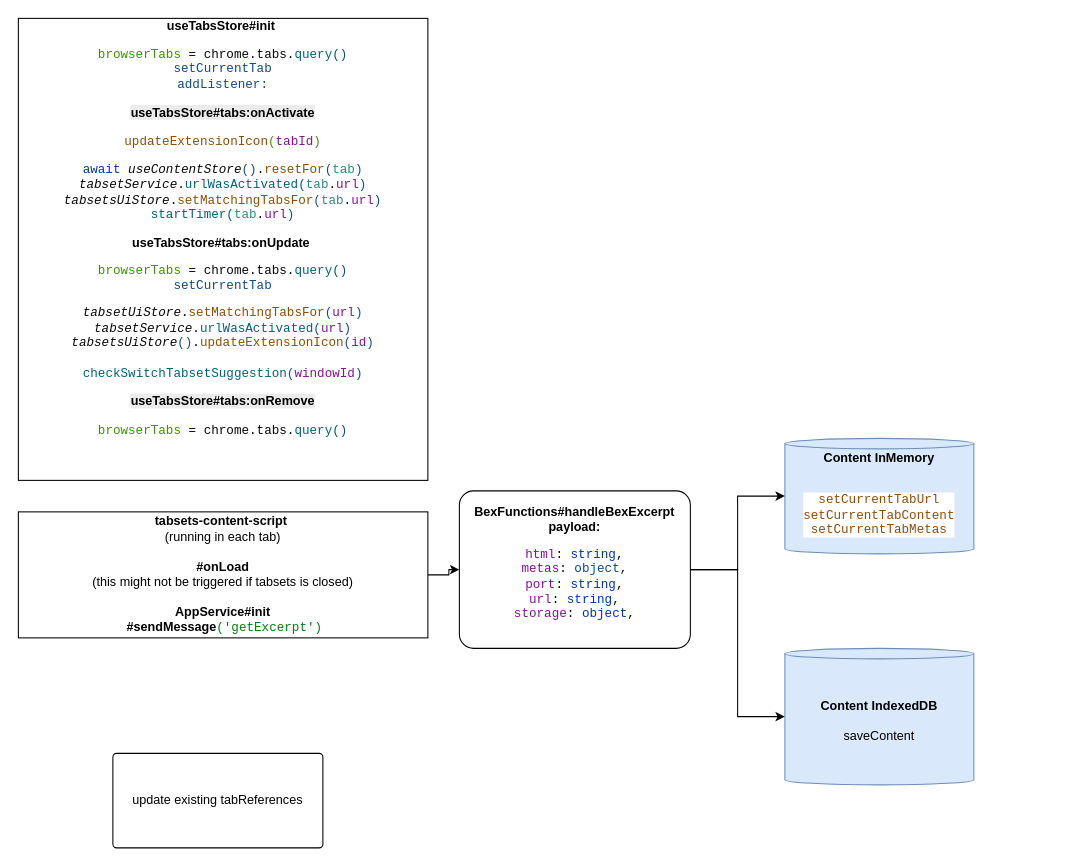
The draw.io diagram docs/drawio/test.drawio in evandor/tabsets, before the edit. Source tidied: cells renumbered, new cells numbered last; positions are measured from the earlier drawing's top-left corner, leaving out a move shared by most shapes. Both pictures are drawn from the tidied source at 105%, with x=0, y=0 at pixel (18, 18).
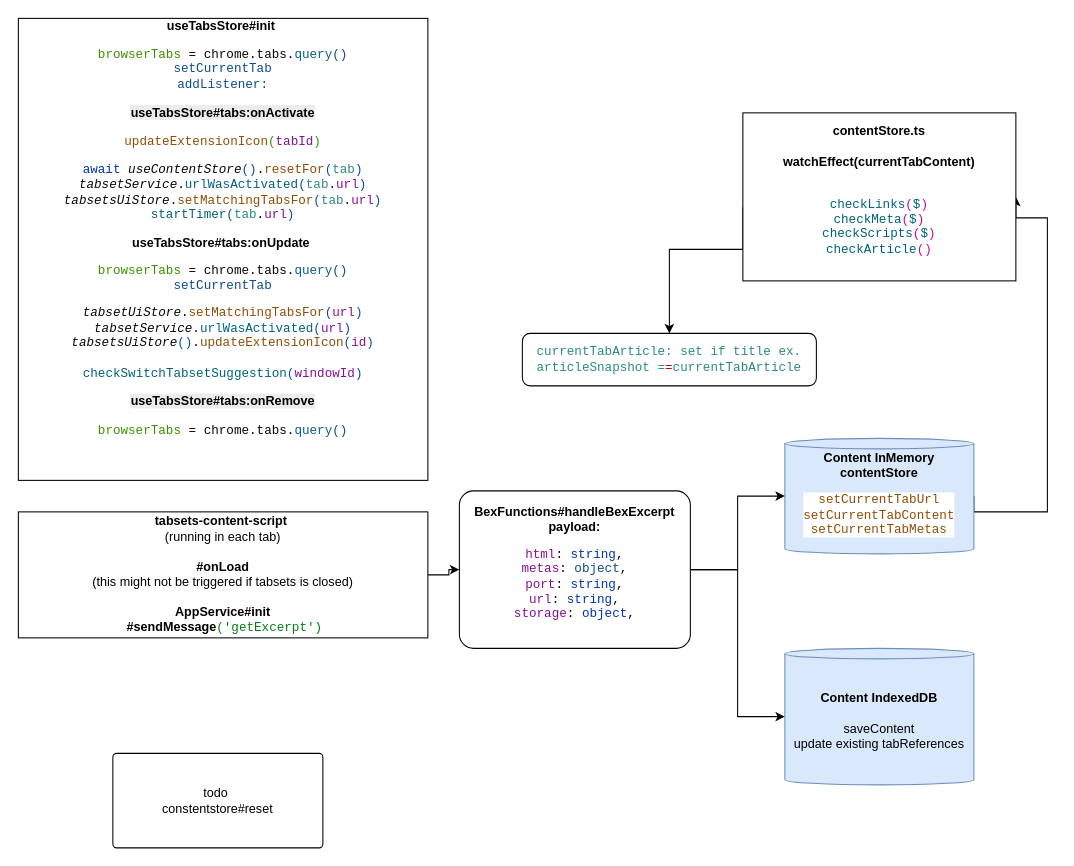
The same page after the edit.

Diff of the diagram source:
```diff
@@
 <mxGraphModel>
   <root>
     <mxCell id="0" />
     <mxCell id="1" parent="0" />
     <mxCell id="2" style="edgeStyle=orthogonalEdgeStyle;rounded=0;jettySize=auto;html=1;entryX=0;entryY=0.5;entryDx=0;entryDy=0;" parent="1" edge="1" source="3" target="9">
       <mxGeometry relative="1" as="geometry" />
     </mxCell>
     <mxCell id="3" value="&lt;b&gt;tabsets-content-script&amp;nbsp;&lt;/b&gt;&lt;br&gt;(running in each tab)&lt;br&gt;&lt;div&gt;&lt;b&gt;&lt;br&gt;&lt;/b&gt;&lt;/div&gt;&lt;div&gt;&lt;b&gt;#onLoad&lt;/b&gt;&lt;/div&gt;&lt;div&gt;(this might not be triggered if tabsets is closed)&lt;/div&gt;&lt;div&gt;&lt;b&gt;&lt;br&gt;&lt;/b&gt;&lt;/div&gt;&lt;div&gt;&lt;b&gt;AppService#init&lt;/b&gt;&lt;/div&gt;&lt;div&gt;&lt;b&gt;&amp;nbsp;#sendMessage&lt;/b&gt;&lt;span style=&quot;background-color: light-dark(rgb(255, 255, 255), rgb(18, 18, 18)); color: light-dark(rgb(6, 125, 23), rgb(84, 186, 99)); font-family: &amp;quot;JetBrains Mono&amp;quot;, monospace;&quot;&gt;(&lt;/span&gt;&lt;span style=&quot;background-color: rgb(255, 255, 255); color: rgb(6, 125, 23); font-family: &amp;quot;JetBrains Mono&amp;quot;, monospace;&quot;&gt;'&lt;/span&gt;&lt;span style=&quot;background-color: light-dark(rgb(255, 255, 255), rgb(18, 18, 18)); color: light-dark(rgb(6, 125, 23), rgb(84, 186, 99)); font-family: &amp;quot;JetBrains Mono&amp;quot;, monospace;&quot;&gt;getExcerpt')&lt;/span&gt;&lt;/div&gt;" style="rounded=0;whiteSpace=wrap;html=1;" parent="1" vertex="1">
       <mxGeometry y="470" width="390" height="120" as="geometry" />
     </mxCell>
-    <mxCell id="4" value="&lt;div&gt;update existing tabReferences&lt;/div&gt;" style="rounded=1;whiteSpace=wrap;html=1;arcSize=4;" parent="1" vertex="1">
+    <mxCell id="4" value="todo&amp;nbsp;&lt;div&gt;constentstore#reset&lt;/div&gt;" style="rounded=1;whiteSpace=wrap;html=1;arcSize=4;" parent="1" vertex="1">
       <mxGeometry x="90" y="700" width="200" height="90" as="geometry" />
     </mxCell>
-    <mxCell id="5" value="&lt;b&gt;Content IndexedDB&lt;br&gt;&lt;br&gt;&lt;/b&gt;&lt;div&gt;saveContent&lt;/div&gt;" style="shape=cylinder3;whiteSpace=wrap;html=1;boundedLbl=1;backgroundOutline=1;size=5;fillColor=#dae8fc;strokeColor=#6c8ebf;" parent="1" vertex="1">
+    <mxCell id="5" value="&lt;b&gt;Content IndexedDB&lt;br&gt;&lt;br&gt;&lt;/b&gt;&lt;div&gt;saveContent&lt;br&gt;update existing tabReferences&lt;/div&gt;" style="shape=cylinder3;whiteSpace=wrap;html=1;boundedLbl=1;backgroundOutline=1;size=5;fillColor=#dae8fc;strokeColor=#6c8ebf;" parent="1" vertex="1">
       <mxGeometry x="730" y="600" width="180" height="130" as="geometry" />
     </mxCell>
+    <mxCell id="11" style="edgeStyle=orthogonalEdgeStyle;rounded=0;jettySize=auto;html=1;entryX=1;entryY=0.5;entryDx=0;entryDy=0;exitX=1;exitY=0.5;exitDx=0;exitDy=0;exitPerimeter=0;" parent="1" edge="1" source="6" target="13">
+      <mxGeometry relative="1" as="geometry">
+        <Array as="points">
+          <mxPoint x="910" y="470" />
+          <mxPoint x="980" y="470" />
+          <mxPoint x="980" y="190" />
+        </Array>
+      </mxGeometry>
+    </mxCell>
-    <mxCell id="6" value="&lt;b&gt;Content InMemory&lt;br&gt;&lt;br&gt;&lt;/b&gt;&lt;div style=&quot;background-color:#ffffff;color:#080808&quot;&gt;&lt;pre style=&quot;font-family:'JetBrains Mono',monospace;font-size:9,8pt;&quot;&gt;&lt;span style=&quot;color:#914c07;&quot;&gt;setCurrentTabUrl&lt;/span&gt;&lt;span style=&quot;color:#3f9101;&quot;&gt;&lt;br&gt;&lt;/span&gt;&lt;span style=&quot;color:#914c07;&quot;&gt;setCurrentTabContent&lt;/span&gt;&lt;span style=&quot;color:#3f9101;&quot;&gt;&lt;br&gt;&lt;/span&gt;&lt;span style=&quot;color:#914c07;&quot;&gt;setCurrentTabMetas&lt;/span&gt;&lt;/pre&gt;&lt;/div&gt;" style="shape=cylinder3;whiteSpace=wrap;html=1;boundedLbl=1;backgroundOutline=1;size=5;fillColor=#dae8fc;strokeColor=#6c8ebf;" parent="1" vertex="1">
+    <mxCell id="6" value="&lt;b&gt;Content InMemory&lt;br&gt;contentStore&lt;br&gt;&lt;/b&gt;&lt;div style=&quot;background-color: rgb(255, 255, 255); color: rgb(8, 8, 8);&quot;&gt;&lt;pre style=&quot;font-family:'JetBrains Mono',monospace;font-size:9,8pt;&quot;&gt;&lt;span style=&quot;color: rgb(145, 76, 7);&quot;&gt;setCurrentTabUrl&lt;/span&gt;&lt;span style=&quot;color: rgb(63, 145, 1);&quot;&gt;&lt;br&gt;&lt;/span&gt;&lt;span style=&quot;color: rgb(145, 76, 7);&quot;&gt;setCurrentTabContent&lt;/span&gt;&lt;span style=&quot;color: rgb(63, 145, 1);&quot;&gt;&lt;br&gt;&lt;/span&gt;&lt;span style=&quot;color: rgb(145, 76, 7);&quot;&gt;setCurrentTabMetas&lt;/span&gt;&lt;/pre&gt;&lt;/div&gt;" style="shape=cylinder3;whiteSpace=wrap;html=1;boundedLbl=1;backgroundOutline=1;size=5;fillColor=#dae8fc;strokeColor=#6c8ebf;" parent="1" vertex="1">
       <mxGeometry x="730" y="400" width="180" height="110" as="geometry" />
     </mxCell>
     <mxCell id="7" value="&lt;div&gt;&lt;b&gt;useTabsStore#init&lt;/b&gt;&amp;nbsp;&lt;div&gt;&lt;div style=&quot;background-color: rgb(255, 255, 255); color: rgb(8, 8, 8);&quot;&gt;&lt;pre style=&quot;color: light-dark(rgb(8, 8, 8), rgb(230, 230, 230)); font-family: &amp;quot;JetBrains Mono&amp;quot;, monospace;&quot;&gt;&lt;span style=&quot;color: rgb(63, 145, 1);&quot;&gt;browserTabs&lt;span style=&quot;background-color: light-dark(rgb(255, 255, 255), rgb(18, 18, 18)); white-space: normal; color: rgb(145, 76, 7);&quot;&gt;&amp;nbsp;&lt;/span&gt;&lt;span style=&quot;background-color: light-dark(rgb(255, 255, 255), rgb(18, 18, 18)); color: light-dark(rgb(8, 8, 8), rgb(230, 230, 230)); white-space: normal;&quot;&gt;= chrome.tabs.&lt;/span&gt;&lt;span style=&quot;background-color: light-dark(rgb(255, 255, 255), rgb(18, 18, 18)); white-space: normal; color: rgb(0, 98, 122);&quot;&gt;query&lt;/span&gt;&lt;span style=&quot;background-color: light-dark(rgb(255, 255, 255), rgb(18, 18, 18)); white-space: normal; color: rgb(14, 74, 142);&quot;&gt;()&lt;br&gt;setCurrentTab&lt;br&gt;addListener:&lt;/span&gt;&lt;/span&gt;&lt;/pre&gt;&lt;/div&gt;&lt;/div&gt;&lt;/div&gt;&lt;pre style=&quot;color: light-dark(rgb(8, 8, 8), rgb(230, 230, 230)); font-family: &amp;quot;JetBrains Mono&amp;quot;, monospace;&quot;&gt;&lt;span style=&quot;color: rgb(63, 145, 1);&quot;&gt;&lt;span style=&quot;background-color: light-dark(rgb(255, 255, 255), rgb(18, 18, 18)); white-space: normal; color: rgb(14, 74, 142);&quot;&gt;&lt;b style=&quot;color: rgb(0, 0, 0); font-family: Helvetica; background-color: rgb(236, 236, 236);&quot;&gt;useTabsStore#tabs:onActivate&lt;/b&gt;&lt;/span&gt;&lt;/span&gt;&lt;/pre&gt;&lt;span style=&quot;font-family: &amp;quot;JetBrains Mono&amp;quot;, monospace; background-color: transparent; color: rgb(145, 76, 7);&quot;&gt;updateExtensionIcon&lt;/span&gt;&lt;span style=&quot;font-family: &amp;quot;JetBrains Mono&amp;quot;, monospace; background-color: transparent; color: rgb(63, 145, 1);&quot;&gt;(&lt;/span&gt;&lt;span style=&quot;font-family: &amp;quot;JetBrains Mono&amp;quot;, monospace; background-color: transparent; color: rgb(135, 16, 148);&quot;&gt;tabId&lt;/span&gt;&lt;span style=&quot;font-family: &amp;quot;JetBrains Mono&amp;quot;, monospace; background-color: transparent; color: rgb(63, 145, 1);&quot;&gt;)&lt;/span&gt;&lt;div&gt;&lt;div style=&quot;background-color: rgb(255, 255, 255); color: rgb(8, 8, 8);&quot;&gt;&lt;pre style=&quot;font-family:'JetBrains Mono',monospace;font-size:9,8pt;&quot;&gt;&lt;span style=&quot;color: rgb(0, 51, 179);&quot;&gt;await &lt;/span&gt;&lt;span style=&quot;font-style:italic;&quot;&gt;useContentStore&lt;/span&gt;&lt;span style=&quot;color: rgb(14, 74, 142);&quot;&gt;()&lt;/span&gt;.&lt;span style=&quot;color: rgb(145, 76, 7);&quot;&gt;resetFor&lt;/span&gt;&lt;span style=&quot;color: rgb(14, 74, 142);&quot;&gt;(&lt;/span&gt;&lt;span style=&quot;color: rgb(42, 140, 124);&quot;&gt;tab&lt;/span&gt;&lt;span style=&quot;color: rgb(14, 74, 142);&quot;&gt;)&lt;br&gt;&lt;/span&gt;&lt;i&gt;tabsetService&lt;/i&gt;.&lt;span style=&quot;color: rgb(0, 98, 122);&quot;&gt;urlWasActivated&lt;/span&gt;&lt;span style=&quot;color: rgb(14, 74, 142);&quot;&gt;(&lt;/span&gt;&lt;span style=&quot;color: rgb(42, 140, 124);&quot;&gt;tab&lt;/span&gt;.&lt;span style=&quot;color: rgb(135, 16, 148);&quot;&gt;url&lt;/span&gt;&lt;span style=&quot;color: rgb(14, 74, 142);&quot;&gt;)&lt;br&gt;&lt;/span&gt;&lt;i&gt;tabsetsUiStore&lt;/i&gt;.&lt;span style=&quot;color: rgb(145, 76, 7);&quot;&gt;setMatchingTabsFor&lt;/span&gt;&lt;span style=&quot;color: rgb(14, 74, 142);&quot;&gt;(&lt;/span&gt;&lt;span style=&quot;color: rgb(42, 140, 124);&quot;&gt;tab&lt;/span&gt;.&lt;span style=&quot;color: rgb(135, 16, 148);&quot;&gt;url&lt;/span&gt;&lt;span style=&quot;color: rgb(14, 74, 142);&quot;&gt;)&lt;br&gt;&lt;/span&gt;&lt;span style=&quot;color: rgb(0, 98, 122);&quot;&gt;startTimer&lt;/span&gt;&lt;span style=&quot;color: rgb(14, 74, 142);&quot;&gt;(&lt;/span&gt;&lt;span style=&quot;color: rgb(42, 140, 124);&quot;&gt;tab&lt;/span&gt;.&lt;span style=&quot;color: rgb(135, 16, 148);&quot;&gt;url&lt;/span&gt;&lt;span style=&quot;color: rgb(14, 74, 142);&quot;&gt;)&lt;/span&gt;&lt;/pre&gt;&lt;/div&gt;&lt;/div&gt;&lt;div&gt;&lt;b&gt;useTabsStore#tabs:onUpdate&lt;/b&gt;&amp;nbsp;&lt;div&gt;&lt;div style=&quot;background-color: rgb(255, 255, 255); color: rgb(8, 8, 8);&quot;&gt;&lt;pre style=&quot;color: light-dark(rgb(8, 8, 8), rgb(230, 230, 230)); font-family: &amp;quot;JetBrains Mono&amp;quot;, monospace;&quot;&gt;&lt;span style=&quot;color: rgb(63, 145, 1);&quot;&gt;browserTabs&lt;span style=&quot;background-color: light-dark(rgb(255, 255, 255), rgb(18, 18, 18)); white-space: normal; color: rgb(145, 76, 7);&quot;&gt;&amp;nbsp;&lt;/span&gt;&lt;span style=&quot;background-color: light-dark(rgb(255, 255, 255), rgb(18, 18, 18)); color: light-dark(rgb(8, 8, 8), rgb(230, 230, 230)); white-space: normal;&quot;&gt;= chrome.tabs.&lt;/span&gt;&lt;span style=&quot;background-color: light-dark(rgb(255, 255, 255), rgb(18, 18, 18)); white-space: normal; color: rgb(0, 98, 122);&quot;&gt;query&lt;/span&gt;&lt;span style=&quot;background-color: light-dark(rgb(255, 255, 255), rgb(18, 18, 18)); white-space: normal; color: rgb(14, 74, 142);&quot;&gt;()&lt;br&gt;setCurrentTab&lt;/span&gt;&lt;/span&gt;&lt;/pre&gt;&lt;pre style=&quot;color: light-dark(rgb(8, 8, 8), rgb(230, 230, 230)); font-family: &amp;quot;JetBrains Mono&amp;quot;, monospace;&quot;&gt;&lt;span style=&quot;color: rgb(63, 145, 1);&quot;&gt;&lt;span style=&quot;background-color: light-dark(rgb(255, 255, 255), rgb(18, 18, 18)); white-space: normal; color: rgb(14, 74, 142);&quot;&gt;&lt;div style=&quot;color: rgb(8, 8, 8);&quot;&gt;&lt;pre style=&quot;font-family:'JetBrains Mono',monospace;font-size:9,8pt;&quot;&gt;&lt;span style=&quot;font-style:italic;&quot;&gt;tabsetUiStore&lt;/span&gt;.&lt;span style=&quot;color: rgb(145, 76, 7);&quot;&gt;setMatchingTabsFor&lt;/span&gt;&lt;span style=&quot;color: rgb(14, 74, 142);&quot;&gt;(&lt;/span&gt;&lt;span style=&quot;color: rgb(135, 16, 148);&quot;&gt;url&lt;/span&gt;&lt;span style=&quot;color: rgb(14, 74, 142);&quot;&gt;)&lt;br&gt;&lt;/span&gt;&lt;span style=&quot;font-style:italic;&quot;&gt;tabsetService&lt;/span&gt;.&lt;span style=&quot;color: rgb(0, 98, 122);&quot;&gt;urlWasActivated&lt;/span&gt;&lt;span style=&quot;color: rgb(14, 74, 142);&quot;&gt;(&lt;/span&gt;&lt;span style=&quot;color: rgb(135, 16, 148);&quot;&gt;url&lt;/span&gt;&lt;span style=&quot;color: rgb(14, 74, 142);&quot;&gt;)&lt;br&gt;&lt;/span&gt;&lt;span style=&quot;font-style:italic;&quot;&gt;tabsetsUiStore&lt;/span&gt;&lt;span style=&quot;color: rgb(14, 74, 142);&quot;&gt;()&lt;/span&gt;.&lt;span style=&quot;color: rgb(145, 76, 7);&quot;&gt;updateExtensionIcon&lt;/span&gt;&lt;span style=&quot;color: rgb(14, 74, 142);&quot;&gt;(&lt;/span&gt;&lt;span style=&quot;color: rgb(135, 16, 148);&quot;&gt;id&lt;/span&gt;&lt;span style=&quot;color: rgb(14, 74, 142);&quot;&gt;)&lt;br&gt;&lt;/span&gt;&lt;span style=&quot;color: rgb(14, 74, 142);&quot;&gt;&lt;br&gt;&lt;/span&gt;&lt;span style=&quot;color: rgb(0, 98, 122);&quot;&gt;checkSwitchTabsetSuggestion&lt;/span&gt;&lt;span style=&quot;color: rgb(14, 74, 142);&quot;&gt;(&lt;/span&gt;&lt;span style=&quot;color: rgb(135, 16, 148);&quot;&gt;windowId&lt;/span&gt;&lt;span style=&quot;color: rgb(14, 74, 142);&quot;&gt;)&lt;/span&gt;&lt;/pre&gt;&lt;/div&gt;&lt;/span&gt;&lt;/span&gt;&lt;/pre&gt;&lt;pre style=&quot;color: light-dark(rgb(8, 8, 8), rgb(230, 230, 230)); font-family: &amp;quot;JetBrains Mono&amp;quot;, monospace;&quot;&gt;&lt;b style=&quot;color: rgb(0, 0, 0); font-family: Helvetica; white-space: normal; background-color: rgb(236, 236, 236);&quot;&gt;useTabsStore#tabs:onRemove&lt;/b&gt;&lt;/pre&gt;&lt;pre style=&quot;color: light-dark(rgb(8, 8, 8), rgb(230, 230, 230)); font-family: &amp;quot;JetBrains Mono&amp;quot;, monospace;&quot;&gt;&lt;span style=&quot;color: rgb(63, 145, 1);&quot;&gt;browserTabs&lt;span style=&quot;background-color: light-dark(rgb(255, 255, 255), rgb(18, 18, 18)); white-space: normal; color: rgb(145, 76, 7);&quot;&gt;&amp;nbsp;&lt;/span&gt;&lt;span style=&quot;background-color: light-dark(rgb(255, 255, 255), rgb(18, 18, 18)); color: light-dark(rgb(8, 8, 8), rgb(230, 230, 230)); white-space: normal;&quot;&gt;= chrome.tabs.&lt;/span&gt;&lt;span style=&quot;background-color: light-dark(rgb(255, 255, 255), rgb(18, 18, 18)); white-space: normal; color: rgb(0, 98, 122);&quot;&gt;query&lt;/span&gt;&lt;span style=&quot;background-color: light-dark(rgb(255, 255, 255), rgb(18, 18, 18)); white-space: normal; color: rgb(14, 74, 142);&quot;&gt;()&lt;/span&gt;&lt;/span&gt;&lt;/pre&gt;&lt;pre style=&quot;color: light-dark(rgb(8, 8, 8), rgb(230, 230, 230)); font-family: &amp;quot;JetBrains Mono&amp;quot;, monospace;&quot;&gt;&lt;b style=&quot;color: rgb(0, 0, 0); font-family: Helvetica; white-space: normal; background-color: rgb(236, 236, 236);&quot;&gt;&lt;br&gt;&lt;/b&gt;&lt;/pre&gt;&lt;/div&gt;&lt;/div&gt;&lt;/div&gt;" style="whiteSpace=wrap;html=1;" parent="1" vertex="1">
       <mxGeometry width="390" height="440" as="geometry" />
     </mxCell>
     <mxCell id="8" style="edgeStyle=orthogonalEdgeStyle;rounded=0;jettySize=auto;html=1;entryX=0;entryY=0.5;entryDx=0;entryDy=0;entryPerimeter=0;" parent="1" edge="1" source="9" target="5">
       <mxGeometry relative="1" as="geometry" />
     </mxCell>
     <mxCell id="9" value="&lt;b&gt;BexFunctions#handleBexExcerpt&lt;br&gt;payload:&lt;br&gt;&lt;/b&gt;&lt;div style=&quot;background-color: rgb(255, 255, 255);&quot;&gt;&lt;pre style=&quot;font-family: &amp;quot;JetBrains Mono&amp;quot;, monospace;&quot;&gt;&lt;span style=&quot;color: rgb(135, 16, 148);&quot;&gt;html&lt;/span&gt;&lt;font color=&quot;#080808&quot;&gt;: &lt;/font&gt;&lt;span style=&quot;color: rgb(0, 51, 179);&quot;&gt;string&lt;/span&gt;&lt;font color=&quot;#080808&quot;&gt;,&lt;br&gt;&lt;/font&gt;&lt;span style=&quot;color: rgb(135, 16, 148);&quot;&gt;metas&lt;/span&gt;&lt;font color=&quot;#080808&quot;&gt;: &lt;/font&gt;&lt;font color=&quot;#0e4a8e&quot;&gt;object&lt;/font&gt;&lt;font color=&quot;#080808&quot;&gt;,&lt;br&gt;&lt;/font&gt;&lt;span style=&quot;color: rgb(135, 16, 148);&quot;&gt;port&lt;/span&gt;&lt;font color=&quot;#080808&quot;&gt;: &lt;/font&gt;&lt;span style=&quot;color: rgb(0, 51, 179);&quot;&gt;string&lt;/span&gt;&lt;font color=&quot;#080808&quot;&gt;,&lt;br&gt;&lt;/font&gt;&lt;span style=&quot;color: rgb(135, 16, 148);&quot;&gt;url&lt;/span&gt;&lt;font color=&quot;#080808&quot;&gt;: &lt;/font&gt;&lt;span style=&quot;color: rgb(0, 51, 179);&quot;&gt;string&lt;/span&gt;&lt;font color=&quot;#080808&quot;&gt;,&lt;br&gt;&lt;/font&gt;&lt;span style=&quot;color: rgb(135, 16, 148);&quot;&gt;storage&lt;/span&gt;&lt;font color=&quot;#080808&quot;&gt;: &lt;/font&gt;&lt;span style=&quot;color: rgb(0, 51, 179);&quot;&gt;object&lt;/span&gt;&lt;font color=&quot;#080808&quot;&gt;,&lt;/font&gt;&lt;/pre&gt;&lt;/div&gt;" style="rounded=1;whiteSpace=wrap;html=1;arcSize=9;" parent="1" vertex="1">
       <mxGeometry x="420" y="450" width="220" height="150" as="geometry" />
     </mxCell>
     <mxCell id="10" style="edgeStyle=orthogonalEdgeStyle;rounded=0;jettySize=auto;html=1;entryX=0;entryY=0.5;entryDx=0;entryDy=0;entryPerimeter=0;exitX=1;exitY=0.5;exitDx=0;exitDy=0;" parent="1" edge="1" source="9" target="6">
       <mxGeometry relative="1" as="geometry" />
     </mxCell>
+    <mxCell id="12" style="edgeStyle=orthogonalEdgeStyle;rounded=0;jettySize=auto;html=1;exitX=0;exitY=0.563;exitDx=0;exitDy=0;exitPerimeter=0;" parent="1" edge="1" source="13" target="14">
+      <mxGeometry relative="1" as="geometry">
+        <Array as="points">
+          <mxPoint x="690" y="220" />
+          <mxPoint x="620" y="220" />
+        </Array>
+      </mxGeometry>
+    </mxCell>
+    <mxCell id="13" value="&lt;b&gt;contentStore.ts&lt;/b&gt;&lt;div&gt;&lt;b&gt;&lt;br&gt;&lt;/b&gt;&lt;/div&gt;&lt;div&gt;&lt;b&gt;watchEffect(currentTabContent)&lt;br&gt;&lt;br&gt;&lt;/b&gt;&lt;div style=&quot;background-color:#ffffff;color:#080808&quot;&gt;&lt;pre style=&quot;font-family:'JetBrains Mono',monospace;font-size:9,8pt;&quot;&gt;&lt;span style=&quot;color:#00627a;&quot;&gt;checkLinks&lt;/span&gt;&lt;span style=&quot;color:#bc0ba2;&quot;&gt;(&lt;/span&gt;&lt;span style=&quot;color:#00627a;&quot;&gt;$&lt;/span&gt;&lt;span style=&quot;color:#bc0ba2;&quot;&gt;)&lt;br&gt;&lt;/span&gt;&lt;span style=&quot;color:#00627a;&quot;&gt;checkMeta&lt;/span&gt;&lt;span style=&quot;color:#bc0ba2;&quot;&gt;(&lt;/span&gt;&lt;span style=&quot;color:#00627a;&quot;&gt;$&lt;/span&gt;&lt;span style=&quot;color:#bc0ba2;&quot;&gt;)&lt;br&gt;&lt;/span&gt;&lt;span style=&quot;color:#00627a;&quot;&gt;checkScripts&lt;/span&gt;&lt;span style=&quot;color:#bc0ba2;&quot;&gt;(&lt;/span&gt;&lt;span style=&quot;color:#00627a;&quot;&gt;$&lt;/span&gt;&lt;span style=&quot;color:#bc0ba2;&quot;&gt;)&lt;br&gt;&lt;/span&gt;&lt;span style=&quot;color:#00627a;&quot;&gt;checkArticle&lt;/span&gt;&lt;span style=&quot;color:#bc0ba2;&quot;&gt;()&lt;/span&gt;&lt;/pre&gt;&lt;/div&gt;&lt;/div&gt;" style="rounded=0;whiteSpace=wrap;html=1;" parent="1" vertex="1">
+      <mxGeometry x="690" y="90" width="260" height="160" as="geometry" />
+    </mxCell>
+    <mxCell id="14" value="&lt;div style=&quot;background-color: rgb(255, 255, 255); color: rgb(8, 8, 8);&quot;&gt;&lt;pre style=&quot;font-family: &amp;quot;JetBrains Mono&amp;quot;, monospace;&quot;&gt;&lt;span style=&quot;color: rgb(42, 140, 124);&quot;&gt;currentTabArticle:&lt;/span&gt;&lt;span style=&quot;color: rgb(42, 140, 124);&quot;&gt;&lt;font color=&quot;rgba(0, 0, 0, 0)&quot;&gt; &lt;/font&gt;&lt;/span&gt;&lt;font color=&quot;#2a8c7c&quot;&gt;set if title ex.&lt;/font&gt;&lt;span style=&quot;color: rgb(0, 51, 179);&quot;&gt;&lt;br&gt;&lt;/span&gt;&lt;span style=&quot;color: rgb(42, 140, 124);&quot;&gt;articleSnapshot =&lt;/span&gt;&lt;font color=&quot;rgba(0, 0, 0, 0)&quot;&gt;=&lt;/font&gt;&lt;span style=&quot;color: rgb(42, 140, 124);&quot;&gt;currentTabArticle&lt;/span&gt;&lt;font color=&quot;rgba(0, 0, 0, 0)&quot;&gt;&lt;br&gt;&lt;/font&gt;&lt;/pre&gt;&lt;/div&gt;" style="rounded=1;whiteSpace=wrap;html=1;" parent="1" vertex="1">
+      <mxGeometry x="480" y="300" width="280" height="50" as="geometry" />
+    </mxCell>
   </root>
 </mxGraphModel>
```
